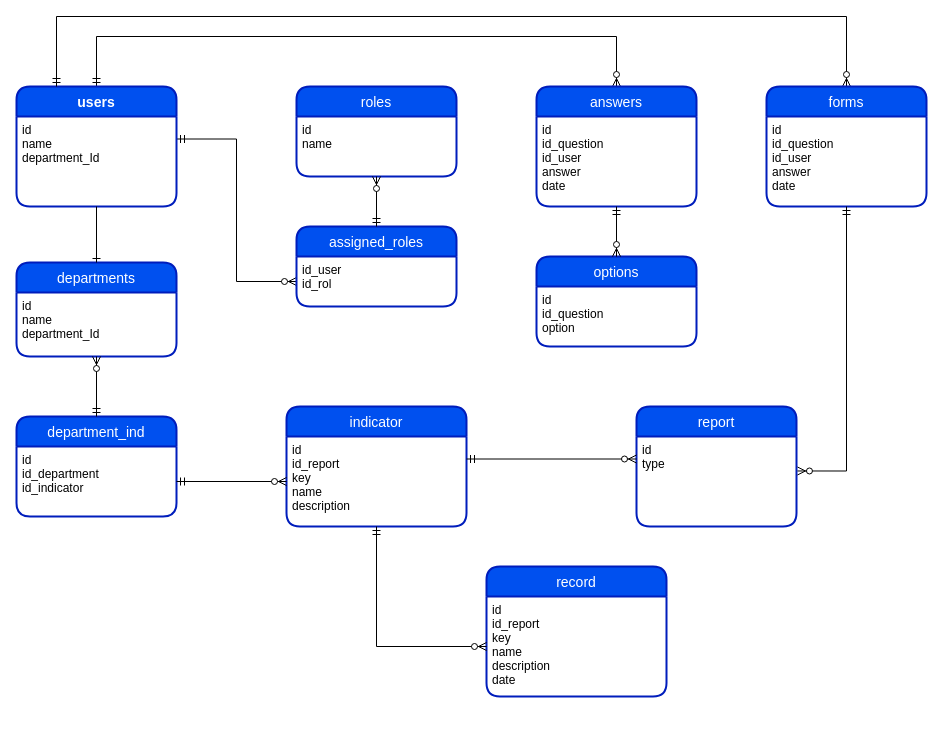
Above: Indicators.drawio in cristinacrs/diagrams (draw.io), before the change. Source tidied: cells renumbered, new cells numbered last; positions are measured from the earlier drawing's top-left corner, leaving out a move shared by most shapes. Both pictures are drawn from the tidied source at 100%, with x=0, y=0 at pixel (16, 16).
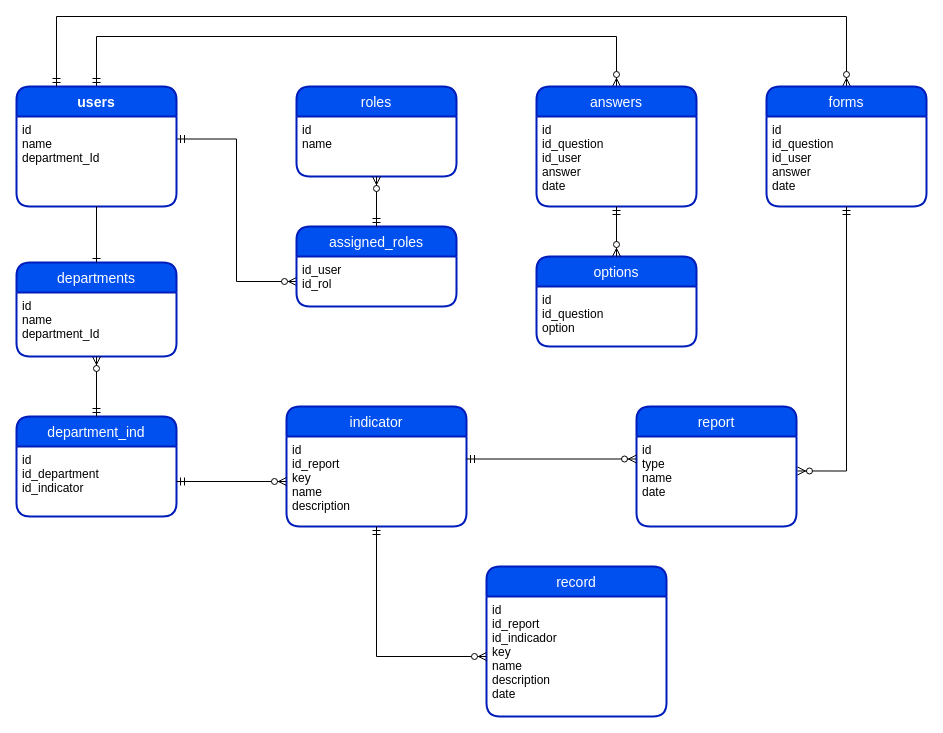
The same diagram, later.

The change refers to these unchanged cells:
```xml
<mxCell id="22" value="report" style="swimlane;horizontal=1;startSize=30;rounded=1;fontSize=14;fontStyle=0;strokeWidth=2;shadow=0;dashed=0;align=center;fillColor=#0050ef;fontColor=#ffffff;strokeColor=#001DBC;" parent="1" vertex="1">
  <mxGeometry x="620" y="390" width="160" height="120" as="geometry" />
</mxCell>
```

The edit, as a diff of the source:
```diff
@@
-    <mxCell id="23" value="id&#10;type" style="align=left;strokeColor=none;fillColor=none;spacingLeft=4;fontSize=12;verticalAlign=top;" parent="22" vertex="1">
+    <mxCell id="23" value="id&#10;type&#10;name&#10;date" style="align=left;strokeColor=none;fillColor=none;spacingLeft=4;fontSize=12;verticalAlign=top;" parent="22" vertex="1">
       <mxGeometry y="30" width="160" height="90" as="geometry" />
     </mxCell>
@@
     <mxCell id="32" value="record" style="swimlane;horizontal=1;startSize=30;rounded=1;fontSize=14;fontStyle=0;strokeWidth=2;shadow=0;dashed=0;align=center;fillColor=#0050ef;fontColor=#ffffff;strokeColor=#001DBC;" parent="1" vertex="1">
-      <mxGeometry x="470" y="550" width="180" height="130" as="geometry" />
+      <mxGeometry x="470" y="550" width="180" height="150" as="geometry" />
     </mxCell>
-    <mxCell id="33" value="id&#10;id_report&#10;key&#10;name&#10;description&#10;date" style="align=left;strokeColor=none;fillColor=none;spacingLeft=4;fontSize=12;verticalAlign=top;" parent="32" vertex="1">
-      <mxGeometry y="30" width="180" height="100" as="geometry" />
+    <mxCell id="33" value="id&#10;id_report&#10;id_indicador&#10;key&#10;name&#10;description&#10;date" style="align=left;strokeColor=none;fillColor=none;spacingLeft=4;fontSize=12;verticalAlign=top;" parent="32" vertex="1">
+      <mxGeometry y="30" width="180" height="120" as="geometry" />
     </mxCell>
```
